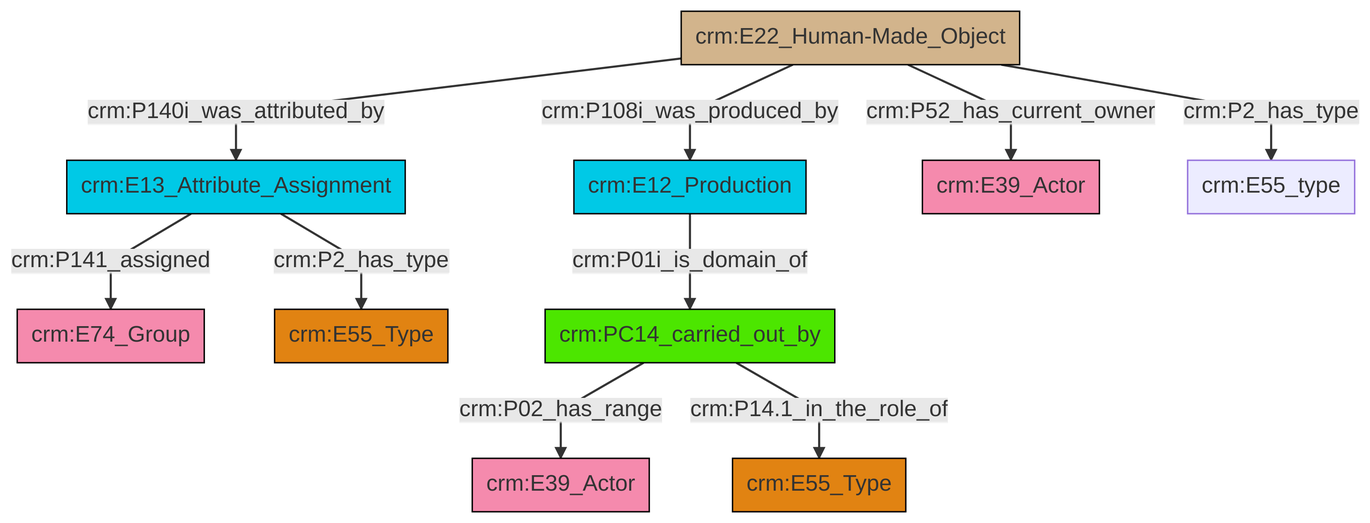
swiss-art-research-net/docs.swissartresearch keeps this Mermaid diagram as et/builtWorkCSV/ttl/mmd/png/Built_Work_actor_relations.png. Above is the earlier version. Its source is kept beside it as et/builtWorkCSV/ttl/mmd/Built_Work_actor_relations.ttl.mmd.
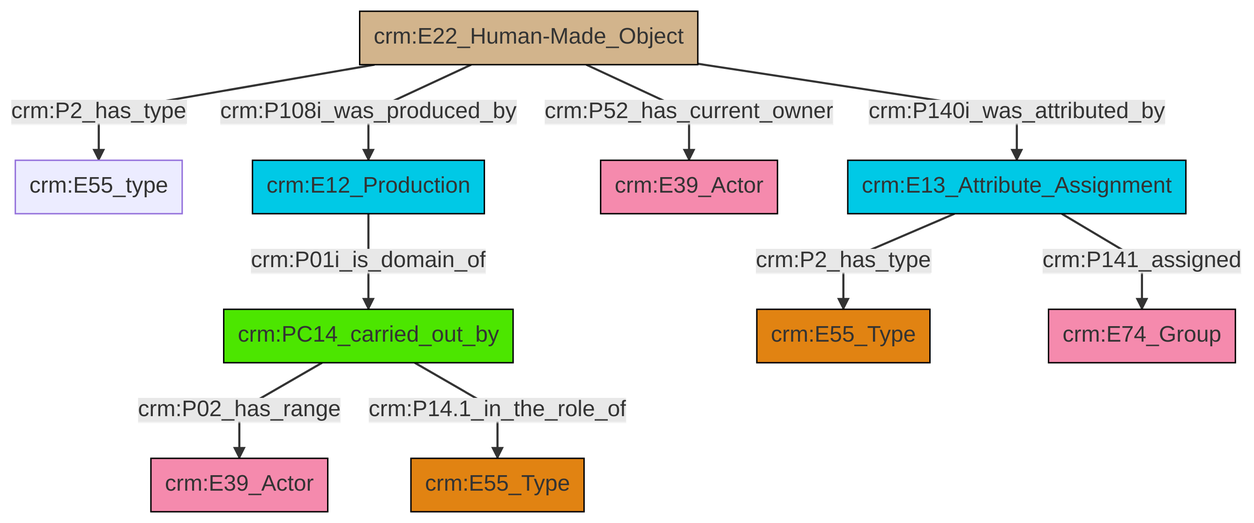
After the change.

The edit, as a diff of the source:
```diff
@@ -13,12 +13,12 @@
 classDef PC_Classes fill:#4ce600, stroke:#000000;
 classDef Multi fill:#cccccc,stroke:#000000;
 
-0["crm:E22_Human-Made_Object"]:::Physical_Thing -->|crm:P108i_was_produced_by| 1["crm:E12_Production"]:::Temporal_Entity
-0["crm:E22_Human-Made_Object"]:::Physical_Thing -->|crm:P140i_was_attributed_by| 2["crm:E13_Attribute_Assignment"]:::Temporal_Entity
-2["crm:E13_Attribute_Assignment"]:::Temporal_Entity -->|crm:P141_assigned| 3["crm:E74_Group"]:::Actor
-2["crm:E13_Attribute_Assignment"]:::Temporal_Entity -->|crm:P2_has_type| 5["crm:E55_Type"]:::Type
-6["crm:PC14_carried_out_by"]:::PC_Classes -->|crm:P02_has_range| 7["crm:E39_Actor"]:::Actor
-0["crm:E22_Human-Made_Object"]:::Physical_Thing -->|crm:P52_has_current_owner| 8["crm:E39_Actor"]:::Actor
-0["crm:E22_Human-Made_Object"]:::Physical_Thing -->|crm:P2_has_type| 9["crm:E55_type"]:::Default
-6["crm:PC14_carried_out_by"]:::PC_Classes -->|crm:P14.1_in_the_role_of| 18["crm:E55_Type"]:::Type
-1["crm:E12_Production"]:::Temporal_Entity -->|crm:P01i_is_domain_of| 6["crm:PC14_carried_out_by"]:::PC_Classes
+6["crm:E22_Human-Made_Object"]:::Physical_Thing -->|crm:P140i_was_attributed_by| 7["crm:E13_Attribute_Assignment"]:::Temporal_Entity
+6["crm:E22_Human-Made_Object"]:::Physical_Thing -->|crm:P2_has_type| 4["crm:E55_type"]:::Default
+6["crm:E22_Human-Made_Object"]:::Physical_Thing -->|crm:P108i_was_produced_by| 17["crm:E12_Production"]:::Temporal_Entity
+7["crm:E13_Attribute_Assignment"]:::Temporal_Entity -->|crm:P2_has_type| 13["crm:E55_Type"]:::Type
+7["crm:E13_Attribute_Assignment"]:::Temporal_Entity -->|crm:P141_assigned| 15["crm:E74_Group"]:::Actor
+17["crm:E12_Production"]:::Temporal_Entity -->|crm:P01i_is_domain_of| 8["crm:PC14_carried_out_by"]:::PC_Classes
+6["crm:E22_Human-Made_Object"]:::Physical_Thing -->|crm:P52_has_current_owner| 11["crm:E39_Actor"]:::Actor
+8["crm:PC14_carried_out_by"]:::PC_Classes -->|crm:P02_has_range| 2["crm:E39_Actor"]:::Actor
+8["crm:PC14_carried_out_by"]:::PC_Classes -->|crm:P14.1_in_the_role_of| 0["crm:E55_Type"]:::Type
```
